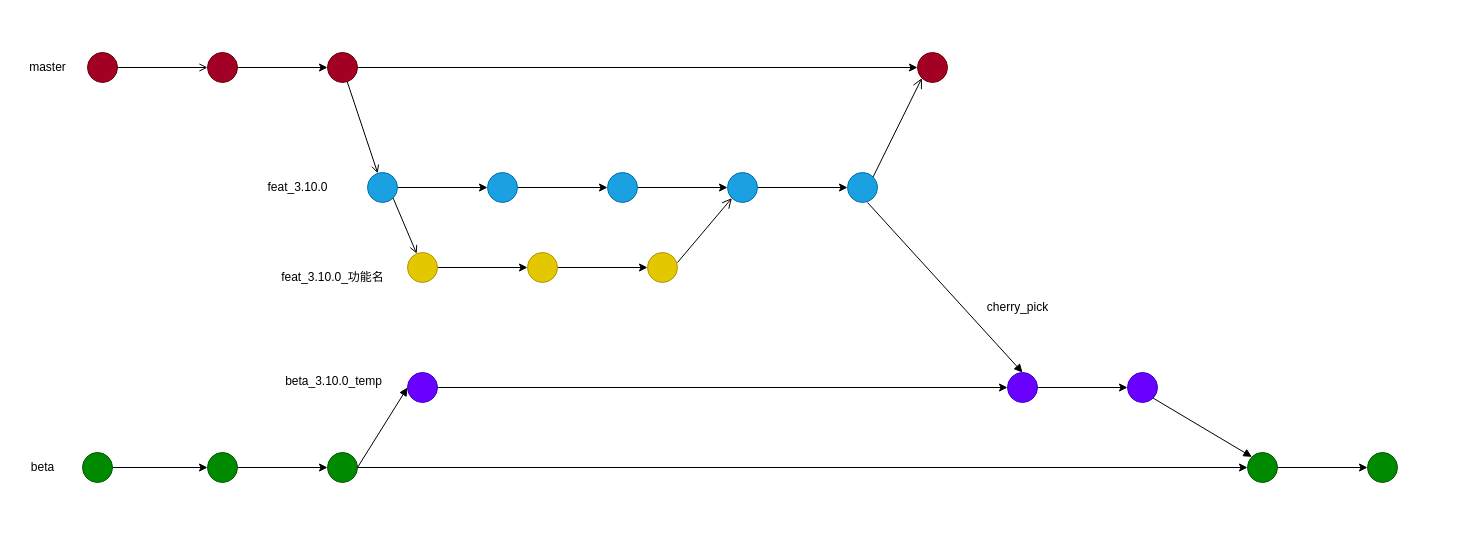
BarinCode/just_write_about keeps this draw.io diagram as 未命名绘图.drawio. Above is the earlier version. Source tidied: cells renumbered, new cells numbered last; positions are measured from the earlier drawing's top-left corner, leaving out a move shared by most shapes. Both pictures are drawn from the tidied source at 100%, with x=0, y=0 at pixel (17, 52).
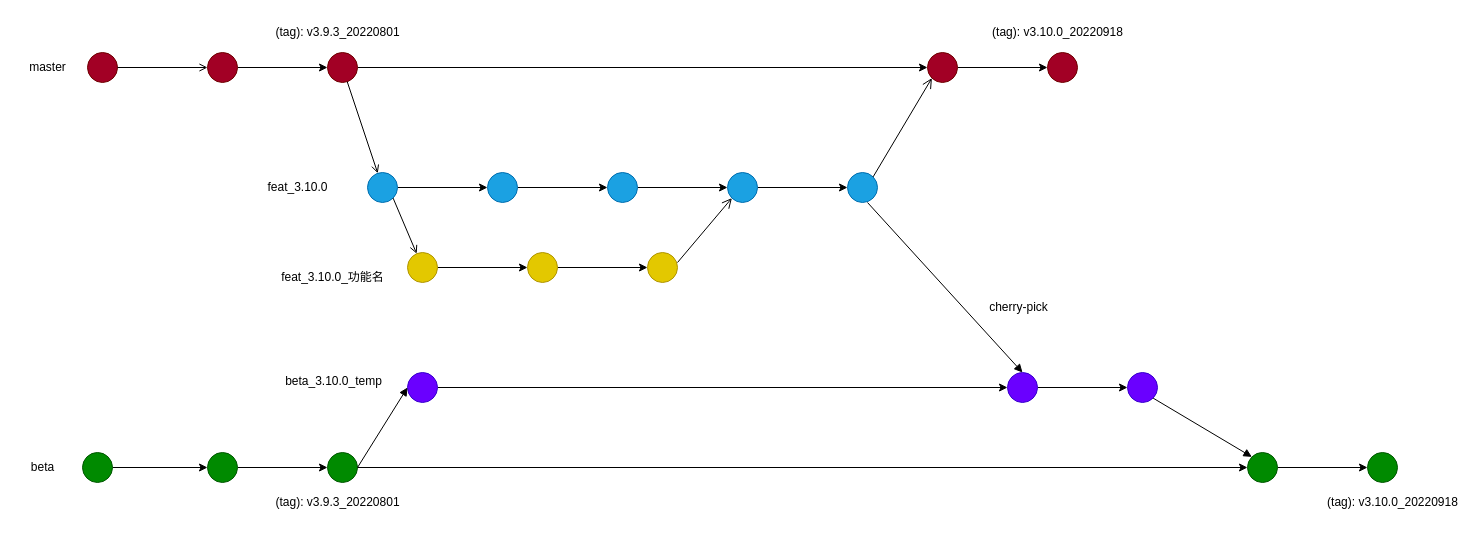
After the change.

Commit message:
更新未命名绘图.drawio

The edit, as a diff of the source:
```diff
@@
-<mxGraphModel background="#ffffff">
+<mxGraphModel>
@@
+    <mxCell id="50" style="edgeStyle=orthogonalEdgeStyle;rounded=0;jettySize=auto;html=1;" parent="1" edge="1" source="27" target="52">
+      <mxGeometry relative="1" as="geometry" />
+    </mxCell>
     <mxCell id="27" style="ellipse;html=1;fillColor=#a20025;fontColor=#ffffff;strokeColor=#6F0000;" parent="1" vertex="1">
-      <mxGeometry x="900" width="30" height="30" as="geometry" />
+      <mxGeometry x="910" width="30" height="30" as="geometry" />
     </mxCell>
@@
-    <mxCell id="42" value="cherry_pick" style="text;html=1;align=center;verticalAlign=middle;strokeColor=none;fillColor=none;" parent="1" vertex="1">
-      <mxGeometry x="960" y="240" width="80" height="30" as="geometry" />
+    <mxCell id="42" value="cherry-pick" style="text;html=1;align=center;verticalAlign=middle;strokeColor=none;fillColor=none;" parent="1" vertex="1">
+      <mxGeometry x="962" y="242" width="77" height="26" as="geometry" />
     </mxCell>
@@
+    <mxCell id="51" value="(tag): v3.9.3_20220801" style="text;html=1;align=center;verticalAlign=middle;strokeColor=none;fillColor=none;" parent="1" vertex="1">
+      <mxGeometry x="245" y="-35" width="150" height="30" as="geometry" />
+    </mxCell>
+    <mxCell id="52" style="ellipse;html=1;fillColor=#a20025;fontColor=#ffffff;strokeColor=#6F0000;" parent="1" vertex="1">
+      <mxGeometry x="1030" width="30" height="30" as="geometry" />
+    </mxCell>
+    <mxCell id="53" value="(tag): v3.10.0_20220918" style="text;html=1;align=center;verticalAlign=middle;strokeColor=none;fillColor=none;" parent="1" vertex="1">
+      <mxGeometry x="965" y="-35" width="150" height="30" as="geometry" />
+    </mxCell>
+    <mxCell id="54" value="(tag): v3.9.3_20220801" style="text;html=1;align=center;verticalAlign=middle;strokeColor=none;fillColor=none;" parent="1" vertex="1">
+      <mxGeometry x="245" y="435" width="150" height="30" as="geometry" />
+    </mxCell>
+    <mxCell id="55" value="(tag): v3.10.0_20220918" style="text;html=1;align=center;verticalAlign=middle;strokeColor=none;fillColor=none;" parent="1" vertex="1">
+      <mxGeometry x="1300" y="435" width="150" height="30" as="geometry" />
+    </mxCell>
```
